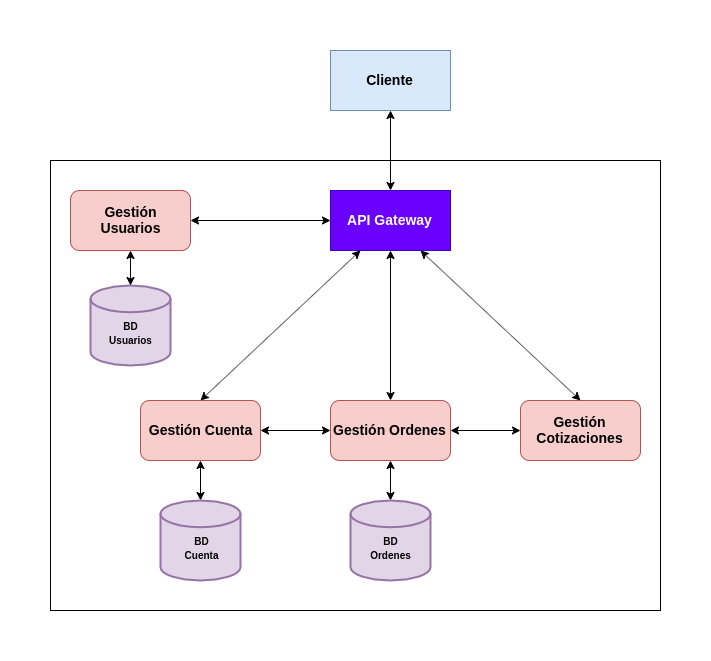
Above: docs/img/architectureDiagram.png in Solano96/CC-Project (draw.io), before the change. Source tidied: cells renumbered, new cells last; positions are measured from the earlier drawing's top-left corner, leaving out a move shared by most shapes.
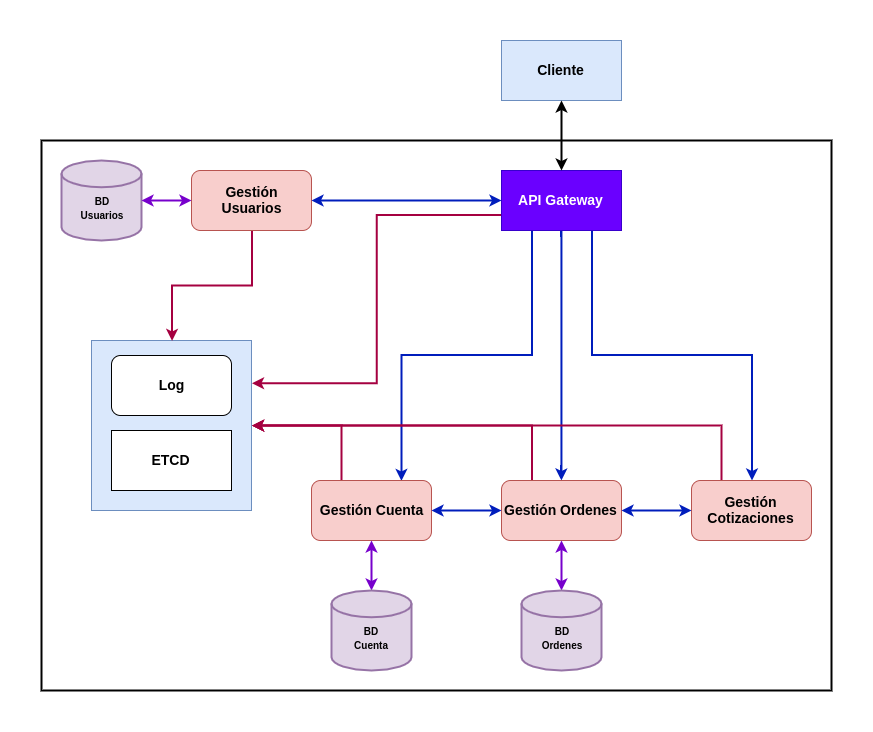
The same diagram one commit later.

Commit message:
Log and etcd describe in readme

Change to the diagram source:
```diff
@@ -2,65 +2,89 @@
   <root>
     <mxCell id="0" />
     <mxCell id="1" parent="0" />
-    <mxCell id="2" style="rounded=0;whiteSpace=wrap;html=1;fillColor=none;" parent="1" vertex="1">
-      <mxGeometry y="110" width="610" height="450" as="geometry" />
+    <mxCell id="2" style="rounded=0;whiteSpace=wrap;html=1;fillColor=none;strokeWidth=2;" parent="1" vertex="1">
+      <mxGeometry x="-180" y="110" width="790" height="550" as="geometry" />
     </mxCell>
+    <mxCell id="22" style="rounded=0;whiteSpace=wrap;html=1;fillColor=#dae8fc;strokeColor=#6c8ebf;" parent="1" vertex="1">
+      <mxGeometry x="-130" y="310" width="160" height="170" as="geometry" />
+    </mxCell>
+    <mxCell id="23" style="edgeStyle=orthogonalEdgeStyle;rounded=0;jettySize=auto;html=1;exitX=0;exitY=0.75;exitDx=0;exitDy=0;entryX=1;entryY=0.25;entryDx=0;entryDy=0;fillColor=#d80073;strokeColor=#A50040;strokeWidth=2;" parent="1" edge="1" source="3" target="22">
+      <mxGeometry relative="1" as="geometry" />
+    </mxCell>
+    <mxCell id="24" style="edgeStyle=orthogonalEdgeStyle;rounded=0;jettySize=auto;html=1;exitX=0.25;exitY=1;exitDx=0;exitDy=0;entryX=0.75;entryY=0;entryDx=0;entryDy=0;fillColor=#0050ef;strokeColor=#001DBC;strokeWidth=2;" parent="1" edge="1" source="3" target="4">
+      <mxGeometry relative="1" as="geometry" />
+    </mxCell>
+    <mxCell id="25" style="edgeStyle=orthogonalEdgeStyle;rounded=0;jettySize=auto;html=1;exitX=0.5;exitY=1;exitDx=0;exitDy=0;fillColor=#0050ef;strokeColor=#001DBC;strokeWidth=2;" parent="1" edge="1" source="3" target="5">
+      <mxGeometry relative="1" as="geometry" />
+    </mxCell>
+    <mxCell id="26" style="edgeStyle=orthogonalEdgeStyle;rounded=0;jettySize=auto;html=1;exitX=0.75;exitY=1;exitDx=0;exitDy=0;fillColor=#0050ef;strokeColor=#001DBC;strokeWidth=2;" parent="1" edge="1" source="3" target="6">
+      <mxGeometry relative="1" as="geometry" />
+    </mxCell>
     <mxCell id="3" value="&lt;span style=&quot;font-size: 14px&quot;&gt;&lt;b&gt;API Gateway&lt;/b&gt;&lt;/span&gt;" style="rounded=0;whiteSpace=wrap;html=1;fillColor=#6a00ff;strokeColor=#3700CC;fontColor=#ffffff;" parent="1" vertex="1">
       <mxGeometry x="280" y="140" width="120" height="60" as="geometry" />
     </mxCell>
+    <mxCell id="27" style="edgeStyle=orthogonalEdgeStyle;rounded=0;jettySize=auto;html=1;exitX=0.25;exitY=0;exitDx=0;exitDy=0;entryX=1;entryY=0.5;entryDx=0;entryDy=0;fillColor=#d80073;strokeColor=#A50040;strokeWidth=2;" parent="1" edge="1" source="4" target="22">
+      <mxGeometry relative="1" as="geometry" />
+    </mxCell>
     <mxCell id="4" value="&lt;span style=&quot;font-size: 14px&quot;&gt;&lt;b&gt;Gestión Cuenta&lt;/b&gt;&lt;/span&gt;" style="rounded=1;whiteSpace=wrap;html=1;fillColor=#f8cecc;strokeColor=#b85450;align=center;" parent="1" vertex="1">
-      <mxGeometry x="90" y="350" width="120" height="60" as="geometry" />
+      <mxGeometry x="90" y="450" width="120" height="60" as="geometry" />
     </mxCell>
+    <mxCell id="28" style="edgeStyle=orthogonalEdgeStyle;rounded=0;jettySize=auto;html=1;exitX=0.25;exitY=0;exitDx=0;exitDy=0;entryX=1;entryY=0.5;entryDx=0;entryDy=0;fillColor=#d80073;strokeColor=#A50040;strokeWidth=2;" parent="1" edge="1" source="5" target="22">
+      <mxGeometry relative="1" as="geometry" />
+    </mxCell>
     <mxCell id="5" value="&lt;span style=&quot;font-size: 14px&quot;&gt;&lt;b&gt;Gestión Ordenes&lt;/b&gt;&lt;/span&gt;" style="rounded=1;whiteSpace=wrap;html=1;fillColor=#f8cecc;strokeColor=#b85450;align=center;" parent="1" vertex="1">
-      <mxGeometry x="280" y="350" width="120" height="60" as="geometry" />
+      <mxGeometry x="280" y="450" width="120" height="60" as="geometry" />
     </mxCell>
+    <mxCell id="29" style="edgeStyle=orthogonalEdgeStyle;rounded=0;jettySize=auto;html=1;exitX=0.25;exitY=0;exitDx=0;exitDy=0;entryX=1;entryY=0.5;entryDx=0;entryDy=0;fillColor=#d80073;strokeColor=#A50040;strokeWidth=2;" parent="1" edge="1" source="6" target="22">
+      <mxGeometry relative="1" as="geometry" />
+    </mxCell>
     <mxCell id="6" value="&lt;span style=&quot;font-size: 14px&quot;&gt;&lt;b&gt;Gestión Cotizaciones&lt;/b&gt;&lt;/span&gt;" style="rounded=1;whiteSpace=wrap;html=1;fillColor=#f8cecc;strokeColor=#b85450;align=center;" parent="1" vertex="1">
-      <mxGeometry x="470" y="350" width="120" height="60" as="geometry" />
+      <mxGeometry x="470" y="450" width="120" height="60" as="geometry" />
     </mxCell>
+    <mxCell id="30" style="edgeStyle=orthogonalEdgeStyle;rounded=0;jettySize=auto;html=1;fillColor=#d80073;strokeColor=#A50040;entryX=0.5;entryY=0;entryDx=0;entryDy=0;strokeWidth=2;" parent="1" edge="1" source="7" target="22">
+      <mxGeometry relative="1" as="geometry" />
+    </mxCell>
     <mxCell id="7" value="&lt;font style=&quot;font-size: 14px&quot;&gt;&lt;b&gt;Gestión&lt;br&gt;Usuarios&lt;/b&gt;&lt;/font&gt;" style="rounded=1;whiteSpace=wrap;html=1;fillColor=#f8cecc;strokeColor=#b85450;" parent="1" vertex="1">
-      <mxGeometry x="20" y="140" width="120" height="60" as="geometry" />
+      <mxGeometry x="-30" y="140" width="120" height="60" as="geometry" />
     </mxCell>
-    <mxCell id="8" style="endArrow=classic;startArrow=classic;html=1;entryX=0.5;entryY=1;entryDx=0;entryDy=0;exitX=0.5;exitY=0;exitDx=0;exitDy=0;exitPerimeter=0;" parent="1" edge="1" source="20" target="4">
+    <mxCell id="8" style="endArrow=classic;startArrow=classic;html=1;entryX=0.5;entryY=1;entryDx=0;entryDy=0;exitX=0.5;exitY=0;exitDx=0;exitDy=0;exitPerimeter=0;fillColor=#aa00ff;strokeColor=#7700CC;strokeWidth=2;" parent="1" edge="1" source="20" target="4">
       <mxGeometry relative="1" as="geometry" />
     </mxCell>
-    <mxCell id="9" style="endArrow=classic;startArrow=classic;html=1;entryX=0.5;entryY=1;entryDx=0;entryDy=0;exitX=0.5;exitY=0;exitDx=0;exitDy=0;exitPerimeter=0;" parent="1" edge="1" source="21" target="5">
+    <mxCell id="9" style="endArrow=classic;startArrow=classic;html=1;entryX=0.5;entryY=1;entryDx=0;entryDy=0;exitX=0.5;exitY=0;exitDx=0;exitDy=0;exitPerimeter=0;fillColor=#aa00ff;strokeColor=#7700CC;strokeWidth=2;" parent="1" edge="1" source="21" target="5">
       <mxGeometry relative="1" as="geometry" />
     </mxCell>
     <mxCell id="10" value="&lt;font size=&quot;1&quot;&gt;&lt;b&gt;&lt;br&gt;BD&lt;br&gt;Usuarios&lt;/b&gt;&lt;/font&gt;" style="strokeWidth=2;html=1;shape=mxgraph.flowchart.database;whiteSpace=wrap;fillColor=#e1d5e7;strokeColor=#9673a6;" parent="1" vertex="1">
-      <mxGeometry x="40" y="235" width="80" height="80" as="geometry" />
+      <mxGeometry x="-160" y="130" width="80" height="80" as="geometry" />
     </mxCell>
-    <mxCell id="11" style="endArrow=classic;startArrow=classic;html=1;entryX=0.5;entryY=1;entryDx=0;entryDy=0;exitX=0.5;exitY=0;exitDx=0;exitDy=0;exitPerimeter=0;" parent="1" edge="1" source="10" target="7">
+    <mxCell id="11" style="endArrow=classic;startArrow=classic;html=1;entryX=0;entryY=0.5;entryDx=0;entryDy=0;exitX=1;exitY=0.5;exitDx=0;exitDy=0;exitPerimeter=0;fillColor=#aa00ff;strokeColor=#7700CC;strokeWidth=2;" parent="1" edge="1" source="10" target="7">
       <mxGeometry relative="1" as="geometry" />
     </mxCell>
-    <mxCell id="12" style="endArrow=classic;startArrow=classic;html=1;exitX=0.5;exitY=0;exitDx=0;exitDy=0;entryX=0.25;entryY=1;entryDx=0;entryDy=0;" parent="1" edge="1" source="4" target="3">
-      <mxGeometry relative="1" as="geometry" />
-    </mxCell>
-    <mxCell id="13" style="endArrow=classic;startArrow=classic;html=1;entryX=0.5;entryY=1;entryDx=0;entryDy=0;exitX=0.5;exitY=0;exitDx=0;exitDy=0;" parent="1" edge="1" source="5" target="3">
-      <mxGeometry relative="1" as="geometry" />
-    </mxCell>
-    <mxCell id="14" style="endArrow=classic;startArrow=classic;html=1;entryX=0.75;entryY=1;entryDx=0;entryDy=0;exitX=0.5;exitY=0;exitDx=0;exitDy=0;" parent="1" edge="1" source="6" target="3">
-      <mxGeometry relative="1" as="geometry" />
-    </mxCell>
-    <mxCell id="15" style="endArrow=classic;startArrow=classic;html=1;exitX=1;exitY=0.5;exitDx=0;exitDy=0;entryX=0;entryY=0.5;entryDx=0;entryDy=0;" parent="1" edge="1" source="7" target="3">
+    <mxCell id="15" style="endArrow=classic;startArrow=classic;html=1;exitX=1;exitY=0.5;exitDx=0;exitDy=0;entryX=0;entryY=0.5;entryDx=0;entryDy=0;fillColor=#0050ef;strokeColor=#001DBC;strokeWidth=2;" parent="1" edge="1" source="7" target="3">
       <mxGeometry relative="1" as="geometry" />
     </mxCell>
-    <mxCell id="16" style="endArrow=classic;startArrow=classic;html=1;exitX=1;exitY=0.5;exitDx=0;exitDy=0;entryX=0;entryY=0.5;entryDx=0;entryDy=0;" parent="1" edge="1" source="4" target="5">
+    <mxCell id="16" style="endArrow=classic;startArrow=classic;html=1;exitX=1;exitY=0.5;exitDx=0;exitDy=0;entryX=0;entryY=0.5;entryDx=0;entryDy=0;fillColor=#0050ef;strokeColor=#001DBC;strokeWidth=2;" parent="1" edge="1" source="4" target="5">
       <mxGeometry relative="1" as="geometry" />
     </mxCell>
-    <mxCell id="17" style="endArrow=classic;startArrow=classic;html=1;entryX=0;entryY=0.5;entryDx=0;entryDy=0;exitX=1;exitY=0.5;exitDx=0;exitDy=0;" parent="1" edge="1" source="5" target="6">
+    <mxCell id="17" style="endArrow=classic;startArrow=classic;html=1;entryX=0;entryY=0.5;entryDx=0;entryDy=0;exitX=1;exitY=0.5;exitDx=0;exitDy=0;fillColor=#0050ef;strokeColor=#001DBC;strokeWidth=2;" parent="1" edge="1" source="5" target="6">
       <mxGeometry relative="1" as="geometry" />
     </mxCell>
     <mxCell id="18" value="&lt;b&gt;&lt;font style=&quot;font-size: 14px&quot;&gt;Cliente&lt;/font&gt;&lt;/b&gt;" style="rounded=0;whiteSpace=wrap;html=1;fillColor=#dae8fc;strokeColor=#6c8ebf;" parent="1" vertex="1">
-      <mxGeometry x="280" width="120" height="60" as="geometry" />
+      <mxGeometry x="280" y="10" width="120" height="60" as="geometry" />
     </mxCell>
-    <mxCell id="19" style="endArrow=classic;startArrow=classic;html=1;entryX=0.5;entryY=1;entryDx=0;entryDy=0;exitX=0.5;exitY=0;exitDx=0;exitDy=0;" parent="1" edge="1" source="3" target="18">
+    <mxCell id="19" style="endArrow=classic;startArrow=classic;html=1;entryX=0.5;entryY=1;entryDx=0;entryDy=0;exitX=0.5;exitY=0;exitDx=0;exitDy=0;strokeWidth=2;" parent="1" edge="1" source="3" target="18">
       <mxGeometry relative="1" as="geometry" />
     </mxCell>
     <mxCell id="20" value="&lt;font size=&quot;1&quot;&gt;&lt;b&gt;&lt;br&gt;BD&lt;br&gt;Cuenta&lt;br&gt;&lt;/b&gt;&lt;/font&gt;" style="strokeWidth=2;html=1;shape=mxgraph.flowchart.database;whiteSpace=wrap;fillColor=#e1d5e7;strokeColor=#9673a6;" parent="1" vertex="1">
-      <mxGeometry x="110" y="450" width="80" height="80" as="geometry" />
+      <mxGeometry x="110" y="560" width="80" height="80" as="geometry" />
     </mxCell>
     <mxCell id="21" value="&lt;font size=&quot;1&quot;&gt;&lt;b&gt;&lt;br&gt;BD&lt;br&gt;Ordenes&lt;/b&gt;&lt;/font&gt;" style="strokeWidth=2;html=1;shape=mxgraph.flowchart.database;whiteSpace=wrap;fillColor=#e1d5e7;strokeColor=#9673a6;" parent="1" vertex="1">
-      <mxGeometry x="300" y="450" width="80" height="80" as="geometry" />
+      <mxGeometry x="300" y="560" width="80" height="80" as="geometry" />
     </mxCell>
+    <mxCell id="31" value="&lt;font size=&quot;1&quot;&gt;&lt;b style=&quot;font-size: 14px&quot;&gt;Log&lt;/b&gt;&lt;/font&gt;" style="rounded=1;whiteSpace=wrap;html=1;" parent="1" vertex="1">
+      <mxGeometry x="-110" y="325" width="120" height="60" as="geometry" />
+    </mxCell>
+    <mxCell id="32" value="&lt;font style=&quot;font-size: 14px&quot;&gt;&lt;b&gt;ETCD&lt;/b&gt;&lt;/font&gt;" style="rounded=0;whiteSpace=wrap;html=1;" parent="1" vertex="1">
+      <mxGeometry x="-110" y="400" width="120" height="60" as="geometry" />
+    </mxCell>
   </root>
 </mxGraphModel>
```
